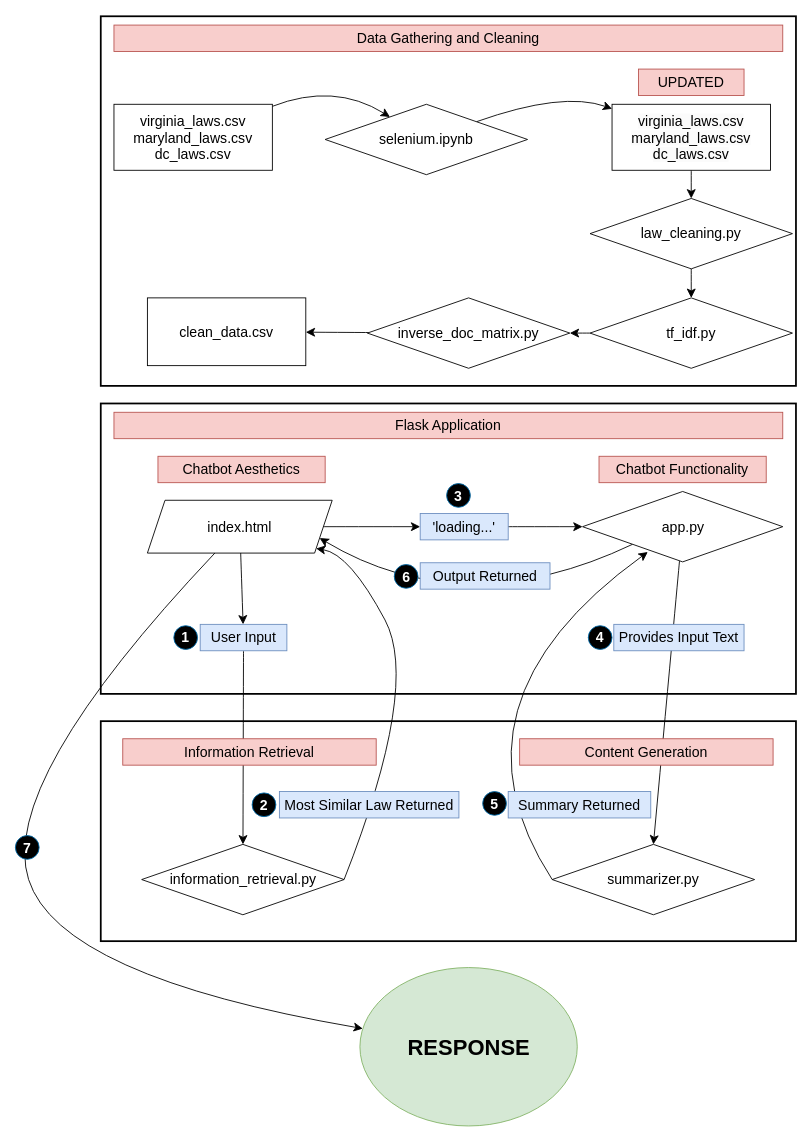
Before: Untitled Diagram.drawio in smithnatalie/smithnatalie.github.io, a draw.io diagram. Source tidied: cells renumbered, new cells numbered last; positions are measured from the earlier drawing's top-left corner, leaving out a move shared by most shapes. Both pictures are drawn from the tidied source at 88%, with x=0, y=0 at pixel (-3, 16).
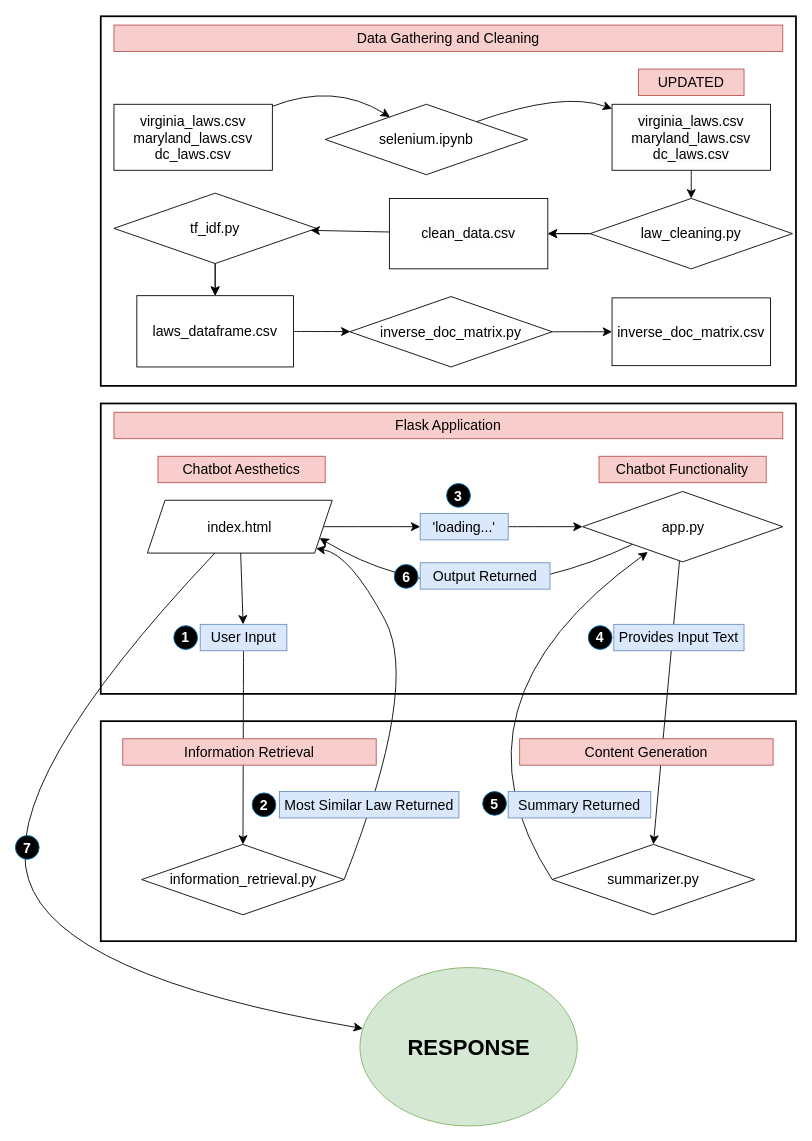
The same page after the edit.

Unchanged cells that the change refers to:
```xml
<mxCell id="13" value="law_cleaning.py" style="rhombus;whiteSpace=wrap;html=1;fontSize=16;" parent="1" vertex="1">
  <mxGeometry x="673" y="207" width="230" height="80" as="geometry" />
</mxCell>
```

Diff of the diagram source:
```diff
@@
-    <mxCell id="12" style="edgeStyle=none;curved=1;rounded=0;jettySize=auto;html=1;fontSize=12;startSize=8;endSize=8;" parent="1" edge="1" source="13" target="15">
+    <mxCell id="12" style="edgeStyle=none;curved=1;rounded=0;jettySize=auto;html=1;fontSize=12;startSize=8;endSize=8;" parent="1" edge="1" source="58" target="15">
       <mxGeometry relative="1" as="geometry" />
     </mxCell>
+    <mxCell id="55" style="edgeStyle=none;curved=1;rounded=0;jettySize=auto;html=1;fontSize=12;startSize=8;endSize=8;" parent="1" edge="1" source="13" target="58">
+      <mxGeometry relative="1" as="geometry" />
+    </mxCell>
@@
-    <mxCell id="14" style="edgeStyle=none;curved=1;rounded=0;jettySize=auto;html=1;fontSize=12;startSize=8;endSize=8;" parent="1" edge="1" source="15" target="17">
+    <mxCell id="14" style="edgeStyle=none;curved=1;rounded=0;jettySize=auto;html=1;fontSize=12;startSize=8;endSize=8;" parent="1" edge="1" source="60" target="17">
       <mxGeometry relative="1" as="geometry" />
     </mxCell>
+    <mxCell id="56" style="edgeStyle=none;curved=1;rounded=0;jettySize=auto;html=1;fontSize=12;startSize=8;endSize=8;" parent="1" edge="1" source="15" target="60">
+      <mxGeometry relative="1" as="geometry" />
+    </mxCell>
     <mxCell id="15" value="tf_idf.py" style="rhombus;whiteSpace=wrap;html=1;fontSize=16;" parent="1" vertex="1">
-      <mxGeometry x="673" y="320" width="230" height="80" as="geometry" />
+      <mxGeometry x="132" y="201" width="230" height="80" as="geometry" />
     </mxCell>
@@
     <mxCell id="17" value="inverse_doc_matrix.py" style="rhombus;whiteSpace=wrap;html=1;fontSize=16;" parent="1" vertex="1">
-      <mxGeometry x="420" y="320" width="230" height="80" as="geometry" />
+      <mxGeometry x="400" y="318.5" width="230" height="80" as="geometry" />
     </mxCell>
-    <mxCell id="18" value="clean_data.csv" style="whiteSpace=wrap;html=1;fontSize=16;" parent="1" vertex="1">
-      <mxGeometry x="170" y="320" width="180" height="77" as="geometry" />
+    <mxCell id="18" value="inverse_doc_matrix.csv" style="whiteSpace=wrap;html=1;fontSize=16;" parent="1" vertex="1">
+      <mxGeometry x="698" y="320" width="180" height="77" as="geometry" />
     </mxCell>
@@
+    <mxCell id="57" style="edgeStyle=none;curved=1;rounded=0;jettySize=auto;html=1;fontSize=12;startSize=8;endSize=8;" parent="1" edge="1" source="13" target="58">
+      <mxGeometry relative="1" as="geometry" />
+    </mxCell>
+    <mxCell id="58" value="&lt;span style=&quot;color: rgb(0, 0, 0); font-family: Helvetica; font-size: 16px; font-style: normal; font-variant-ligatures: normal; font-variant-caps: normal; font-weight: 400; letter-spacing: normal; orphans: 2; text-align: center; text-indent: 0px; text-transform: none; widows: 2; word-spacing: 0px; -webkit-text-stroke-width: 0px; background-color: rgb(251, 251, 251); text-decoration-thickness: initial; text-decoration-style: initial; text-decoration-color: initial; float: none; display: inline !important;&quot;&gt;clean_data.csv&lt;/span&gt;" style="whiteSpace=wrap;html=1;fontSize=16;" parent="1" vertex="1">
+      <mxGeometry x="445" y="207" width="180" height="80" as="geometry" />
+    </mxCell>
+    <mxCell id="59" style="edgeStyle=none;curved=1;rounded=0;jettySize=auto;html=1;fontSize=12;startSize=8;endSize=8;" parent="1" edge="1" source="15" target="60">
+      <mxGeometry relative="1" as="geometry" />
+    </mxCell>
+    <mxCell id="60" value="laws_dataframe.csv" style="whiteSpace=wrap;html=1;fontSize=16;" parent="1" vertex="1">
+      <mxGeometry x="158" y="317.5" width="178" height="81" as="geometry" />
+    </mxCell>
```
